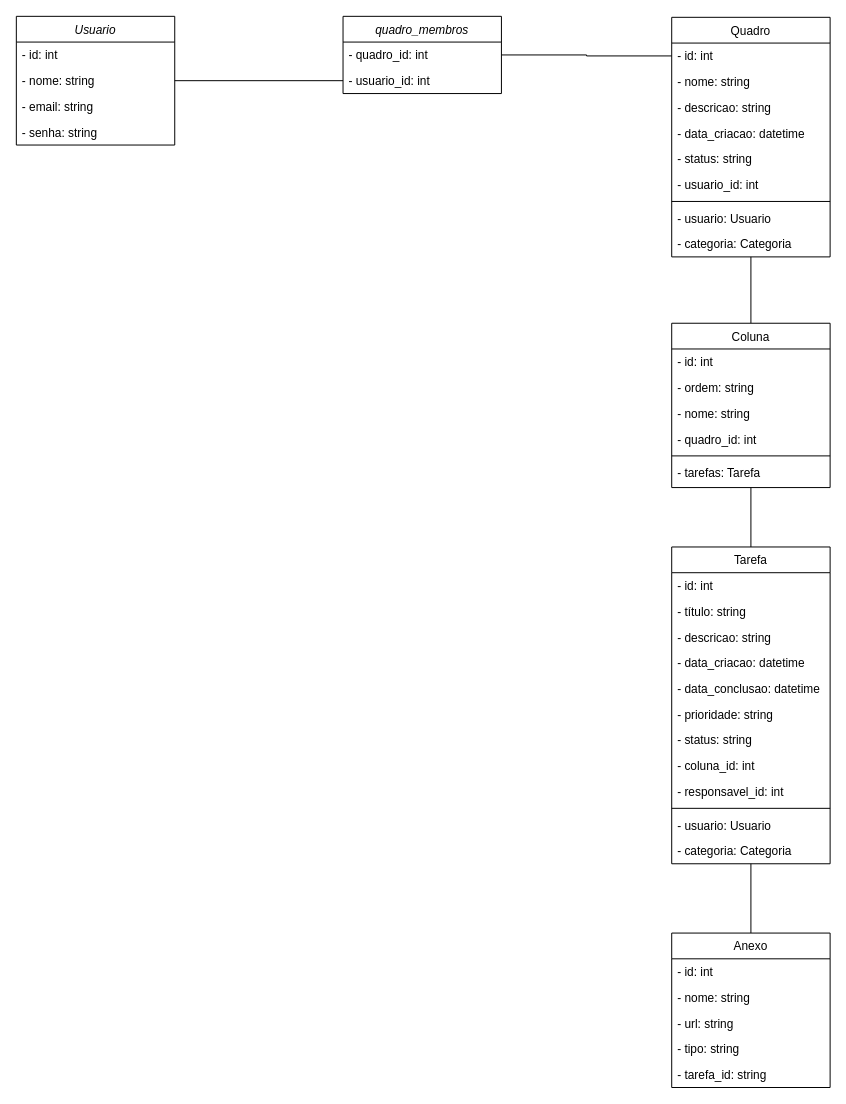
LucasRVDT/Sistema-Gerenciamento-de-tarefas. keeps this draw.io diagram as Docs/Diagrama_base_update.drawio. Above is the earlier version. Source tidied: cells renumbered, new cells numbered last; positions are measured from the earlier drawing's top-left corner, leaving out a move shared by most shapes. Both pictures are drawn from the tidied source at 99%, with x=0, y=0 at pixel (16, 16).
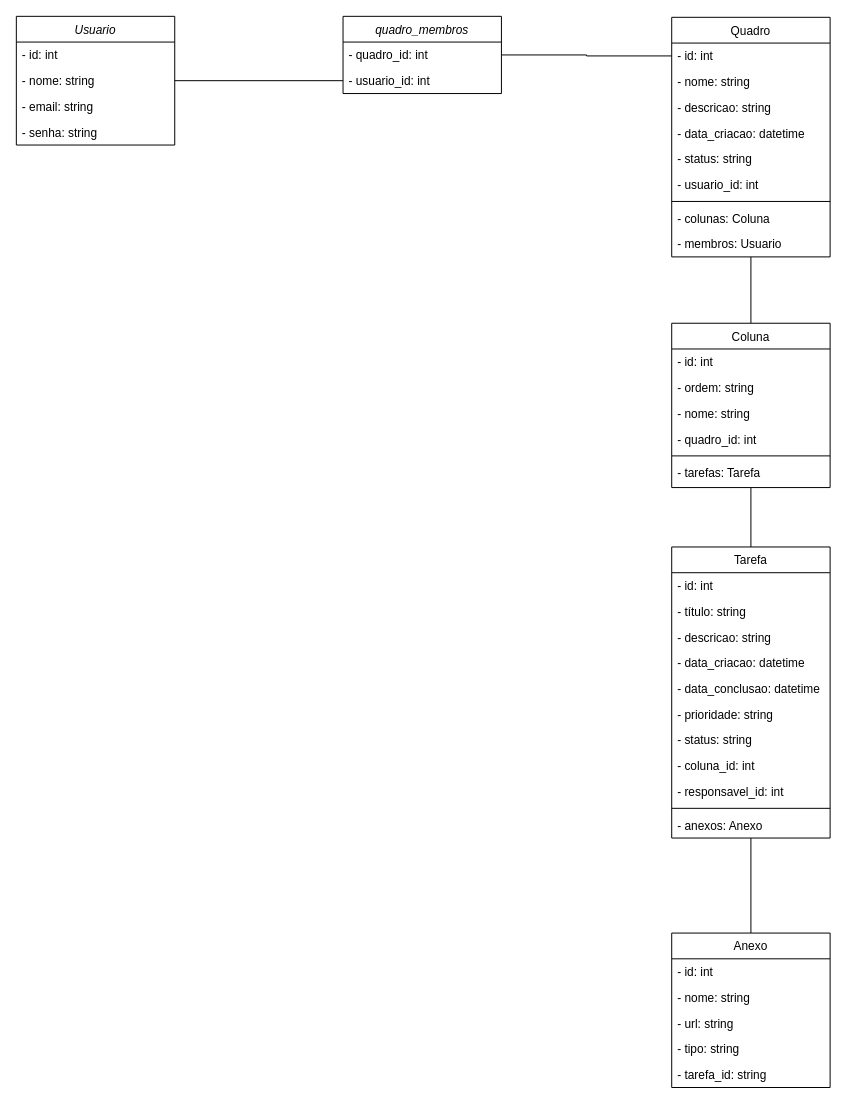
The same page after the edit.

Unchanged cells that the change refers to:
```xml
<mxCell id="29" value="Quadro" style="swimlane;fontStyle=0;align=center;verticalAlign=top;horizontal=1;startSize=26;rounded=0;shadow=0;strokeWidth=1;" parent="1" vertex="1">
  <mxGeometry x="662" y="1" width="160" height="242" as="geometry" />
</mxCell>
```

Diff of the diagram source:
```diff
@@
     <mxCell id="9" value="Tarefa       " style="swimlane;fontStyle=0;align=center;verticalAlign=top;horizontal=1;startSize=26;rounded=0;shadow=0;strokeWidth=1;" parent="1" vertex="1">
-      <mxGeometry x="662" y="536" width="160" height="320" as="geometry" />
+      <mxGeometry x="662" y="536" width="160" height="294" as="geometry" />
     </mxCell>
@@
-    <mxCell id="20" value="- usuario: Usuario" style="text;align=left;verticalAlign=top;spacingLeft=4;spacingRight=4;overflow=hidden;rounded=0;shadow=0;html=0;" parent="9" vertex="1">
+    <mxCell id="20" value="- anexos: Anexo" style="text;align=left;verticalAlign=top;spacingLeft=4;spacingRight=4;overflow=hidden;rounded=0;shadow=0;html=0;" parent="9" vertex="1">
       <mxGeometry y="268" width="160" height="26" as="geometry" />
     </mxCell>
-    <mxCell id="21" value="- categoria: Categoria" style="text;align=left;verticalAlign=top;spacingLeft=4;spacingRight=4;overflow=hidden;rounded=0;shadow=0;html=0;" parent="9" vertex="1">
-      <mxGeometry y="294" width="160" height="26" as="geometry" />
-    </mxCell>
@@
-    <mxCell id="37" value="- usuario: Usuario" style="text;align=left;verticalAlign=top;spacingLeft=4;spacingRight=4;overflow=hidden;rounded=0;shadow=0;html=0;" parent="29" vertex="1">
+    <mxCell id="37" value="- colunas: Coluna" style="text;align=left;verticalAlign=top;spacingLeft=4;spacingRight=4;overflow=hidden;rounded=0;shadow=0;html=0;" parent="29" vertex="1">
       <mxGeometry y="190" width="160" height="26" as="geometry" />
     </mxCell>
-    <mxCell id="38" value="- categoria: Categoria" style="text;align=left;verticalAlign=top;spacingLeft=4;spacingRight=4;overflow=hidden;rounded=0;shadow=0;html=0;" parent="29" vertex="1">
+    <mxCell id="38" value="- membros: Usuario" style="text;align=left;verticalAlign=top;spacingLeft=4;spacingRight=4;overflow=hidden;rounded=0;shadow=0;html=0;" parent="29" vertex="1">
       <mxGeometry y="216" width="160" height="26" as="geometry" />
     </mxCell>
```
